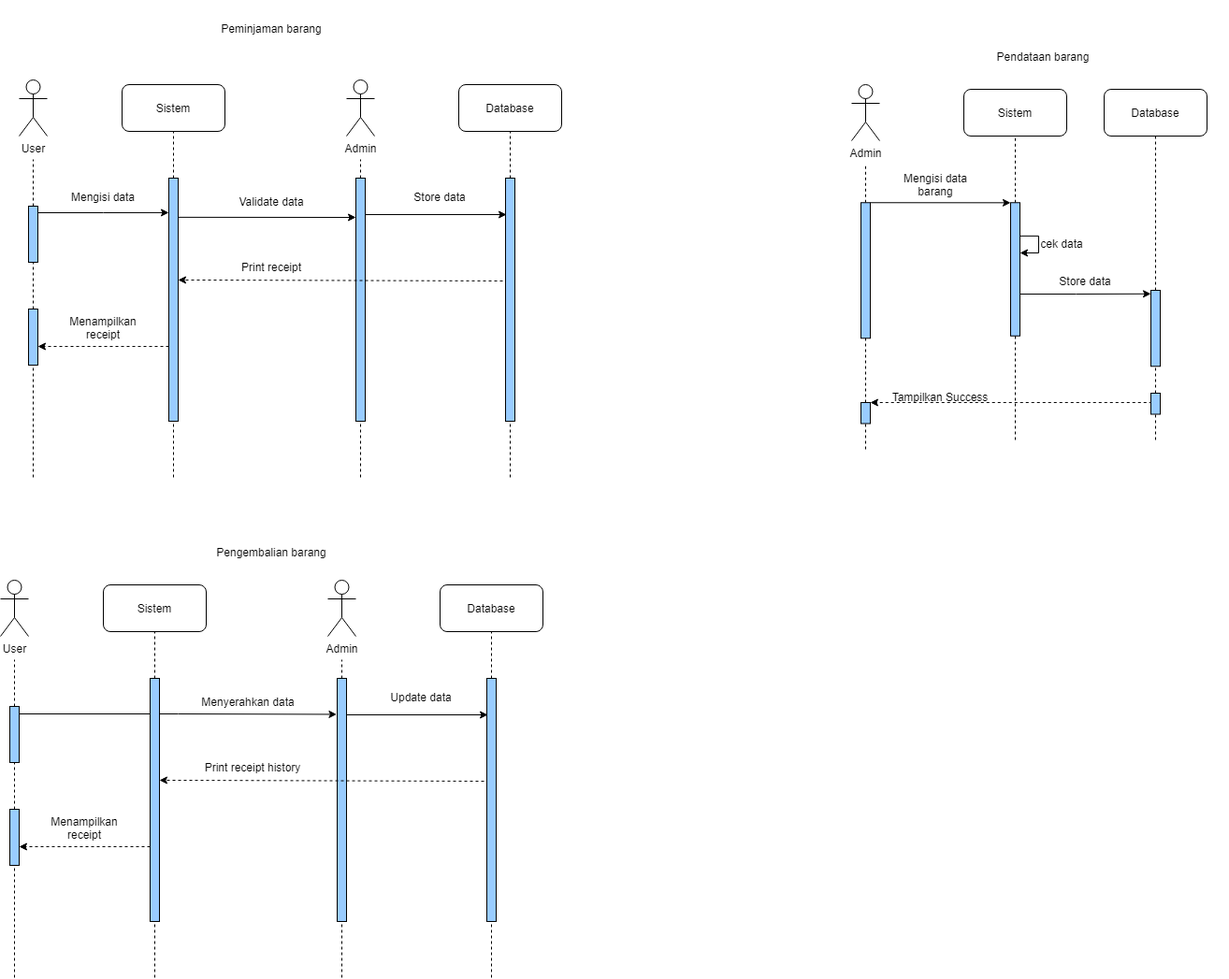
johannfac/aplikasipeminjamanaset keeps this draw.io diagram as diagrams/Sequence Diagram.drawio.png. Above is the earlier version. Source tidied: cells renumbered, new cells last; positions are measured from the earlier drawing's top-left corner, leaving out a move shared by most shapes.
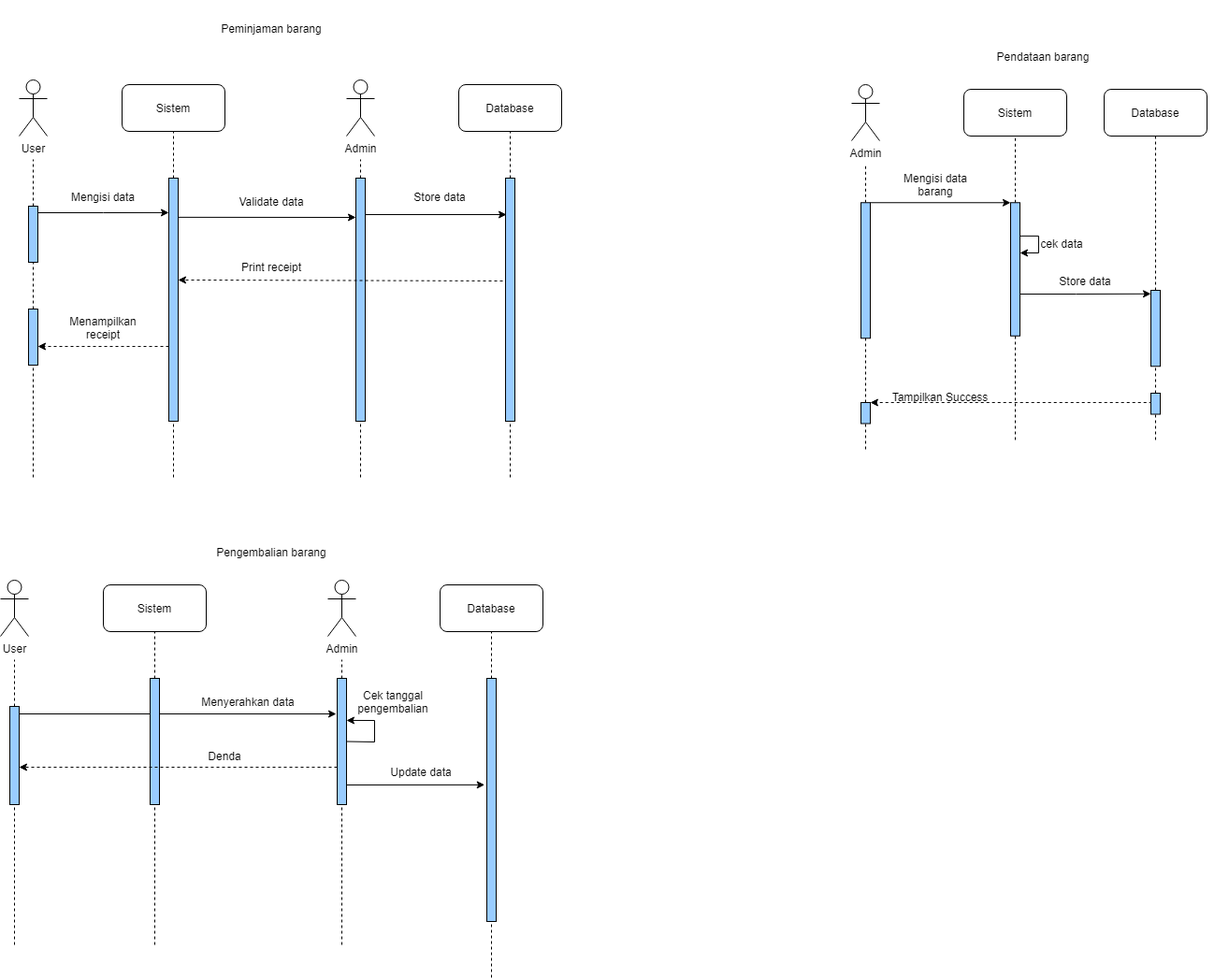
The same diagram one commit later.

The edit, as a diff of the source:
```diff
@@ -272,67 +272,72 @@
         <mxPoint x="525" y="1045" as="sourcePoint" />
       </mxGeometry>
     </mxCell>
-    <mxCell id="70" style="edgeStyle=orthogonalEdgeStyle;rounded=0;jettySize=auto;html=1;entryX=-0.057;entryY=0.148;entryDx=0;entryDy=0;entryPerimeter=0;" parent="1" edge="1" target="75">
+    <mxCell id="70" style="edgeStyle=orthogonalEdgeStyle;rounded=0;orthogonalLoop=1;jettySize=auto;html=1;" parent="1" edge="1">
       <mxGeometry relative="1" as="geometry">
         <mxPoint x="20" y="763" as="sourcePoint" />
+        <mxPoint x="359" y="763" as="targetPoint" />
+        <Array as="points">
+          <mxPoint x="359" y="763" />
+        </Array>
       </mxGeometry>
     </mxCell>
     <mxCell id="71" style="rounded=0;whiteSpace=wrap;html=1;fillColor=#99CCFF;" parent="1" vertex="1">
-      <mxGeometry x="10" y="755" width="10" height="60" as="geometry" />
+      <mxGeometry x="10" y="755" width="10" height="105" as="geometry" />
     </mxCell>
-    <mxCell id="72" style="endArrow=none;dashed=1;html=1;rounded=0;startArrow=none;" parent="1" edge="1" source="80" target="71">
-      <mxGeometry relative="1" as="geometry" />
+    <mxCell id="72" style="endArrow=none;dashed=1;html=1;rounded=0;startArrow=none;" parent="1" edge="1" target="71">
+      <mxGeometry relative="1" as="geometry">
+        <mxPoint x="15" y="1010" as="sourcePoint" />
+      </mxGeometry>
     </mxCell>
     <mxCell id="73" style="rounded=0;whiteSpace=wrap;html=1;fillColor=#99CCFF;" parent="1" vertex="1">
-      <mxGeometry x="160" y="725" width="10" height="260" as="geometry" />
+      <mxGeometry x="160" y="725" width="10" height="135" as="geometry" />
     </mxCell>
     <mxCell id="74" style="endArrow=none;dashed=1;html=1;rounded=0;entryX=0.5;entryY=1;entryDx=0;entryDy=0;" parent="1" edge="1" target="73">
       <mxGeometry relative="1" as="geometry">
-        <mxPoint x="165" y="1045" as="sourcePoint" />
+        <mxPoint x="165" y="1010" as="sourcePoint" />
       </mxGeometry>
     </mxCell>
     <mxCell id="75" style="rounded=0;whiteSpace=wrap;html=1;fillColor=#99CCFF;" parent="1" vertex="1">
-      <mxGeometry x="360" y="725" width="10" height="260" as="geometry" />
+      <mxGeometry x="360" y="725" width="10" height="135" as="geometry" />
     </mxCell>
     <mxCell id="76" style="endArrow=none;dashed=1;html=1;rounded=0;entryX=0.5;entryY=1;entryDx=0;entryDy=0;" parent="1" edge="1" target="75">
       <mxGeometry relative="1" as="geometry">
-        <mxPoint x="365" y="1045" as="sourcePoint" />
+        <mxPoint x="365" y="1010" as="sourcePoint" />
       </mxGeometry>
     </mxCell>
     <mxCell id="77" value="Menyerahkan data" style="text;html=1;strokeColor=none;fillColor=none;align=center;verticalAlign=middle;whiteSpace=wrap;rounded=0;" parent="1" vertex="1">
       <mxGeometry x="195" y="740" width="140" height="20" as="geometry" />
     </mxCell>
+    <mxCell id="79" style="endArrow=classic;html=1;rounded=0;exitX=1;exitY=0.5;exitDx=0;exitDy=0;entryX=1;entryY=0.333;entryDx=0;entryDy=0;entryPerimeter=0;" parent="1" edge="1" source="75" target="75">
+      <mxGeometry relative="1" as="geometry">
+        <Array as="points">
+          <mxPoint x="400" y="793" />
+          <mxPoint x="400" y="770" />
+        </Array>
+      </mxGeometry>
+    </mxCell>
+    <mxCell id="86" value="Pengembalian barang" style="text;html=1;strokeColor=none;fillColor=none;align=center;verticalAlign=middle;whiteSpace=wrap;rounded=0;" parent="1" vertex="1">
+      <mxGeometry x="180" y="560" width="220" height="60" as="geometry" />
+    </mxCell>
+    <mxCell id="87" value="Cek tanggal pengembalian" style="text;html=1;strokeColor=none;fillColor=none;align=center;verticalAlign=middle;whiteSpace=wrap;rounded=0;" parent="1" vertex="1">
+      <mxGeometry x="370" y="735" width="100" height="30" as="geometry" />
+    </mxCell>
+    <mxCell id="88" style="endArrow=classic;html=1;rounded=0;dashed=1;entryX=1;entryY=0.419;entryDx=0;entryDy=0;entryPerimeter=0;" parent="1" edge="1">
+      <mxGeometry relative="1" as="geometry">
+        <mxPoint x="360" y="820" as="sourcePoint" />
+        <mxPoint x="20" y="820" as="targetPoint" />
+      </mxGeometry>
+    </mxCell>
+    <mxCell id="89" value="Denda" style="text;html=1;strokeColor=none;fillColor=none;align=center;verticalAlign=middle;whiteSpace=wrap;rounded=0;" parent="1" vertex="1">
+      <mxGeometry x="170" y="797.5" width="140" height="20" as="geometry" />
+    </mxCell>
     <mxCell id="78" value="Update data" style="text;html=1;strokeColor=none;fillColor=none;align=center;verticalAlign=middle;whiteSpace=wrap;rounded=0;" parent="1" vertex="1">
-      <mxGeometry x="400" y="730" width="100" height="30" as="geometry" />
+      <mxGeometry x="400" y="810" width="100" height="30" as="geometry" />
     </mxCell>
-    <mxCell id="79" style="endArrow=classic;html=1;rounded=0;entryX=0.1;entryY=0.15;entryDx=0;entryDy=0;entryPerimeter=0;exitX=1;exitY=0.15;exitDx=0;exitDy=0;exitPerimeter=0;" parent="1" edge="1" source="75" target="68">
-      <mxGeometry relative="1" as="geometry" />
-    </mxCell>
-    <mxCell id="80" style="rounded=0;whiteSpace=wrap;html=1;fillColor=#99CCFF;" parent="1" vertex="1">
-      <mxGeometry x="10" y="865" width="10" height="60" as="geometry" />
-    </mxCell>
-    <mxCell id="81" style="endArrow=none;dashed=1;html=1;rounded=0;" parent="1" edge="1" target="80">
-      <mxGeometry relative="1" as="geometry">
-        <mxPoint x="15" y="1045" as="sourcePoint" />
-      </mxGeometry>
-    </mxCell>
-    <mxCell id="82" value="Print receipt history" style="text;html=1;strokeColor=none;fillColor=none;align=center;verticalAlign=middle;whiteSpace=wrap;rounded=0;" parent="1" vertex="1">
-      <mxGeometry x="210" y="805" width="120" height="30" as="geometry" />
-    </mxCell>
-    <mxCell id="83" style="endArrow=classic;html=1;rounded=0;exitX=-0.3;exitY=0.423;exitDx=0;exitDy=0;exitPerimeter=0;dashed=1;entryX=1;entryY=0.419;entryDx=0;entryDy=0;entryPerimeter=0;" parent="1" edge="1" source="68" target="73">
-      <mxGeometry relative="1" as="geometry" />
-    </mxCell>
-    <mxCell id="84" value="Menampilkan receipt" style="text;html=1;strokeColor=none;fillColor=none;align=center;verticalAlign=middle;whiteSpace=wrap;rounded=0;" parent="1" vertex="1">
-      <mxGeometry x="40" y="865" width="100" height="40" as="geometry" />
-    </mxCell>
-    <mxCell id="85" style="endArrow=classic;html=1;rounded=0;dashed=1;" parent="1" edge="1">
-      <mxGeometry relative="1" as="geometry">
-        <mxPoint x="160" y="905" as="sourcePoint" />
-        <mxPoint x="20" y="905" as="targetPoint" />
-      </mxGeometry>
-    </mxCell>
-    <mxCell id="86" value="Pengembalian barang" style="text;html=1;strokeColor=none;fillColor=none;align=center;verticalAlign=middle;whiteSpace=wrap;rounded=0;" parent="1" vertex="1">
-      <mxGeometry x="180" y="560" width="220" height="60" as="geometry" />
-    </mxCell>
+    <mxCell id="90" style="endArrow=classic;html=1;rounded=0;entryX=-0.229;entryY=0.438;entryDx=0;entryDy=0;entryPerimeter=0;" parent="1" edge="1" target="68">
+      <mxGeometry relative="1" as="geometry">
+        <mxPoint x="370" y="839" as="sourcePoint" />
+      </mxGeometry>
+    </mxCell>
   </root>
 </mxGraphModel>
```
